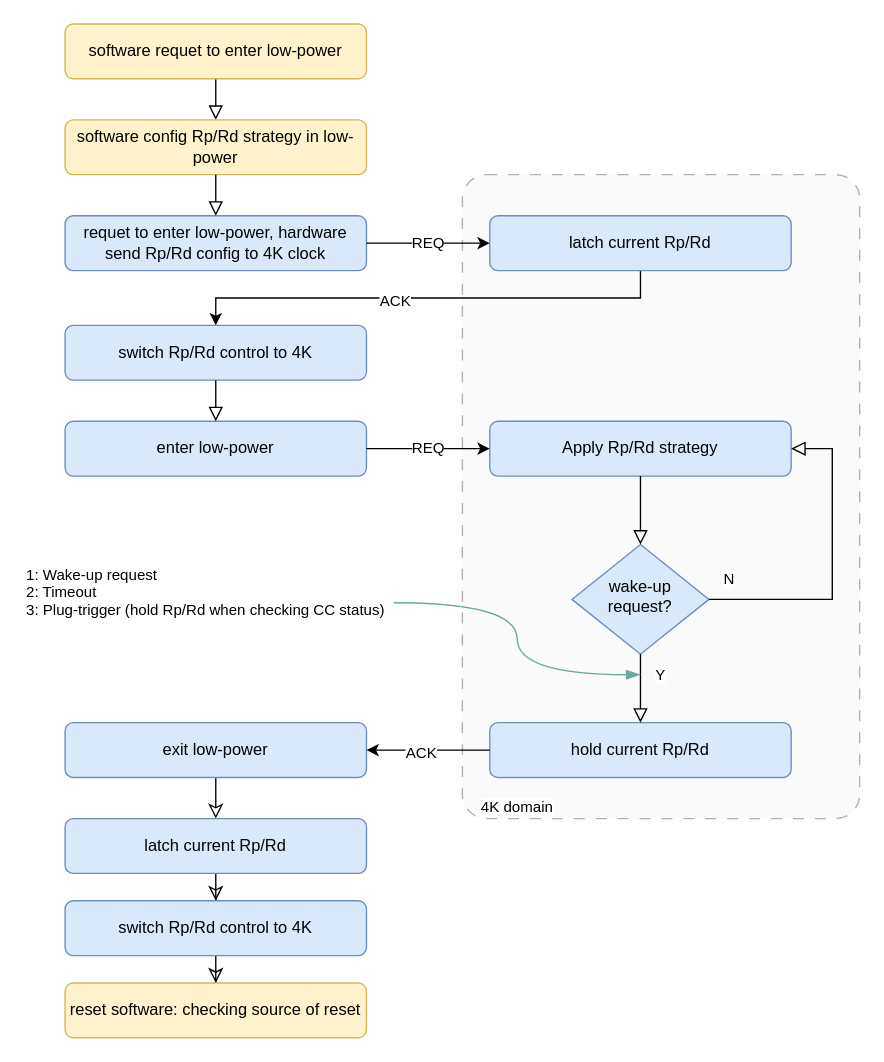
This is pd_rp_rd_lp.drawio from Xhopo/test, a draw.io file, before an edit. Source tidied: cells renumbered, new cells numbered last; positions are measured from the earlier drawing's top-left corner, leaving out a move shared by most shapes. Both pictures are drawn from the tidied source at 137%, with x=0, y=0 at pixel (23, 23).
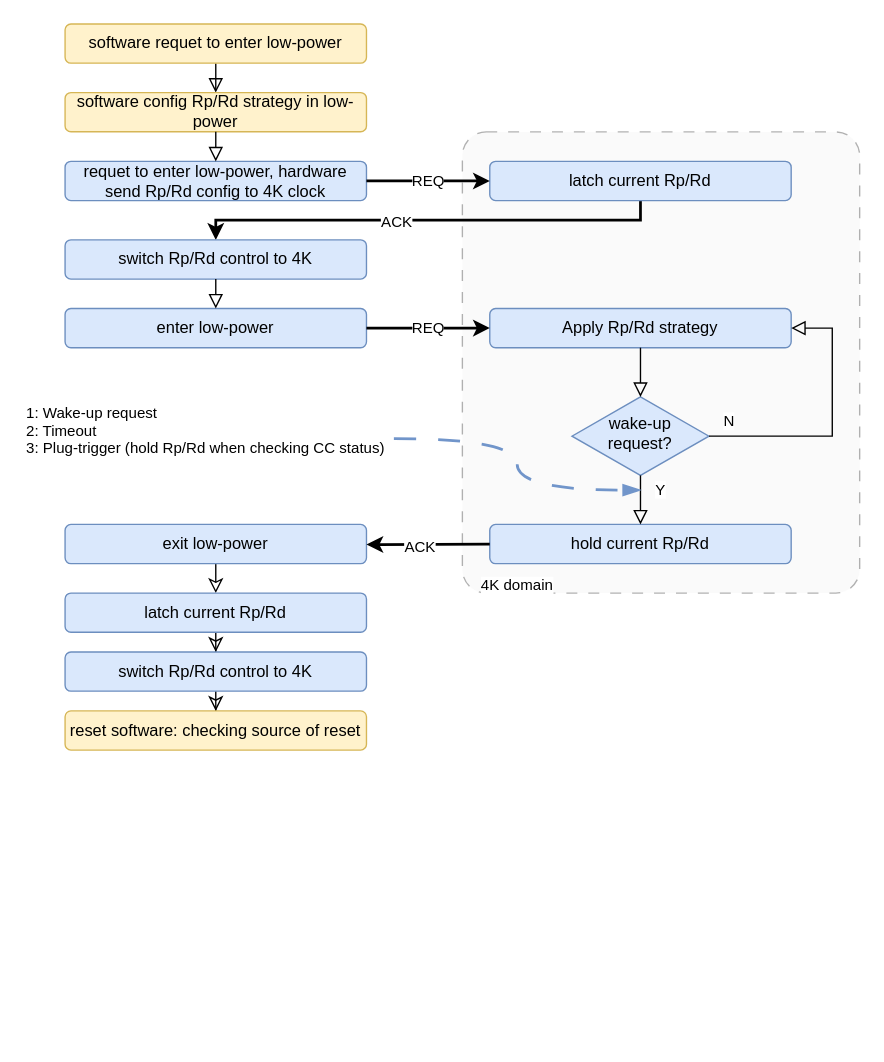
After the change.

The edit, as a diff of the source:
```diff
@@
     <mxCell id="2" style="rounded=1;whiteSpace=wrap;html=1;fontFamily=Helvetica;fontSize=11;labelBackgroundColor=default;arcSize=6;dashed=1;dashPattern=8 8;fillColor=#f5f5f5;strokeColor=#666666;fontColor=#333333;opacity=50;" parent="1" vertex="1">
-      <mxGeometry x="320" y="110" width="290" height="470" as="geometry" />
+      <mxGeometry x="320" y="78.8" width="290" height="336.6" as="geometry" />
     </mxCell>
@@
     <mxCell id="4" value="software&amp;nbsp;requet to enter low-power" style="rounded=1;whiteSpace=wrap;html=1;fontSize=12;glass=0;strokeWidth=1;shadow=0;fillColor=#fff2cc;strokeColor=#d6b656;" parent="1" vertex="1">
-      <mxGeometry x="30" width="220" height="40" as="geometry" />
+      <mxGeometry x="30" width="220" height="28.6" as="geometry" />
     </mxCell>
     <mxCell id="5" value="&lt;div&gt;software config Rp/Rd strategy in low-power&lt;/div&gt;" style="rounded=1;whiteSpace=wrap;html=1;fontSize=12;glass=0;strokeWidth=1;shadow=0;fillColor=#fff2cc;strokeColor=#d6b656;" parent="1" vertex="1">
-      <mxGeometry x="30" y="70" width="220" height="40" as="geometry" />
+      <mxGeometry x="30" y="50.1" width="220" height="28.6" as="geometry" />
     </mxCell>
     <mxCell id="6" value="&lt;div&gt;requet to enter low-power, hardware&lt;/div&gt;&lt;div&gt;send Rp/Rd config to 4K clock&lt;/div&gt;" style="rounded=1;whiteSpace=wrap;html=1;fontSize=12;glass=0;strokeWidth=1;shadow=0;fillColor=#dae8fc;strokeColor=#6c8ebf;" parent="1" vertex="1">
-      <mxGeometry x="30" y="140" width="220" height="40" as="geometry" />
+      <mxGeometry x="30" y="100.3" width="220" height="28.6" as="geometry" />
     </mxCell>
@@
-    <mxCell id="8" style="edgeStyle=elbowEdgeStyle;rounded=0;jettySize=auto;html=1;exitX=0.5;exitY=1;exitDx=0;exitDy=0;entryX=0.5;entryY=0;entryDx=0;entryDy=0;elbow=vertical;" parent="1" edge="1" source="10" target="11">
+    <mxCell id="8" style="edgeStyle=elbowEdgeStyle;rounded=0;jettySize=auto;html=1;exitX=0.5;exitY=1;exitDx=0;exitDy=0;entryX=0.5;entryY=0;entryDx=0;entryDy=0;elbow=vertical;strokeWidth=2;" parent="1" edge="1" source="10" target="11">
       <mxGeometry relative="1" as="geometry">
         <Array as="points">
-          <mxPoint x="300" y="200" />
+          <mxPoint x="300" y="143.2" />
         </Array>
       </mxGeometry>
     </mxCell>
@@
     <mxCell id="10" value="&lt;div&gt;latch current Rp/Rd&lt;/div&gt;" style="rounded=1;whiteSpace=wrap;html=1;fontSize=12;glass=0;strokeWidth=1;shadow=0;fillColor=#dae8fc;strokeColor=#6c8ebf;" parent="1" vertex="1">
-      <mxGeometry x="340" y="140" width="220" height="40" as="geometry" />
+      <mxGeometry x="340" y="100.3" width="220" height="28.6" as="geometry" />
     </mxCell>
     <mxCell id="11" value="&lt;div&gt;switch Rp/Rd control to 4K&lt;/div&gt;" style="rounded=1;whiteSpace=wrap;html=1;fontSize=12;glass=0;strokeWidth=1;shadow=0;fillColor=#dae8fc;strokeColor=#6c8ebf;" parent="1" vertex="1">
-      <mxGeometry x="30" y="220" width="220" height="40" as="geometry" />
+      <mxGeometry x="30" y="157.6" width="220" height="28.6" as="geometry" />
     </mxCell>
     <mxCell id="12" value="&lt;div&gt;enter low-power&lt;/div&gt;" style="rounded=1;whiteSpace=wrap;html=1;fontSize=12;glass=0;strokeWidth=1;shadow=0;fillColor=#dae8fc;strokeColor=#6c8ebf;" parent="1" vertex="1">
-      <mxGeometry x="30" y="290" width="220" height="40" as="geometry" />
+      <mxGeometry x="30" y="207.7" width="220" height="28.6" as="geometry" />
     </mxCell>
@@
-    <mxCell id="14" value="REQ" style="edgeStyle=elbowEdgeStyle;rounded=0;jettySize=auto;html=1;exitX=1;exitY=0.5;exitDx=0;exitDy=0;entryX=0;entryY=0.5;entryDx=0;entryDy=0;" parent="1" edge="1" source="6" target="10">
+    <mxCell id="14" value="REQ" style="edgeStyle=elbowEdgeStyle;rounded=0;jettySize=auto;html=1;exitX=1;exitY=0.5;exitDx=0;exitDy=0;entryX=0;entryY=0.5;entryDx=0;entryDy=0;strokeWidth=2;" parent="1" edge="1" source="6" target="10">
       <mxGeometry relative="1" as="geometry" />
     </mxCell>
     <mxCell id="15" value="&lt;div&gt;Apply Rp/Rd strategy&lt;/div&gt;" style="rounded=1;whiteSpace=wrap;html=1;fontSize=12;glass=0;strokeWidth=1;shadow=0;fillColor=#dae8fc;strokeColor=#6c8ebf;" parent="1" vertex="1">
-      <mxGeometry x="340" y="290" width="220" height="40" as="geometry" />
+      <mxGeometry x="340" y="207.7" width="220" height="28.6" as="geometry" />
     </mxCell>
     <mxCell id="16" value="wake-up request?" style="rhombus;whiteSpace=wrap;html=1;shadow=0;fontFamily=Helvetica;fontSize=12;align=center;strokeWidth=1;spacing=6;spacingTop=-4;fillColor=#dae8fc;strokeColor=#6c8ebf;" parent="1" vertex="1">
-      <mxGeometry x="400" y="380" width="100" height="80" as="geometry" />
+      <mxGeometry x="400" y="272.2" width="100" height="57.3" as="geometry" />
     </mxCell>
@@
     <mxCell id="18" style="rounded=0;html=1;jettySize=auto;fontSize=11;endArrow=block;endFill=0;endSize=8;strokeWidth=1;shadow=0;labelBackgroundColor=none;edgeStyle=orthogonalEdgeStyle;entryX=1;entryY=0.5;entryDx=0;entryDy=0;exitX=1;exitY=0.5;exitDx=0;exitDy=0;" parent="1" edge="1" source="16" target="15">
       <mxGeometry relative="1" as="geometry">
         <Array as="points">
-          <mxPoint x="590" y="420" />
-          <mxPoint x="590" y="310" />
+          <mxPoint x="590" y="300.8" />
+          <mxPoint x="590" y="222" />
         </Array>
       </mxGeometry>
     </mxCell>
     <mxCell id="19" value="N" style="text;html=1;align=center;verticalAlign=middle;whiteSpace=wrap;rounded=0;fontFamily=Helvetica;fontSize=11;fontColor=default;labelBackgroundColor=default;" parent="1" vertex="1">
-      <mxGeometry x="500" y="390" width="30" height="30" as="geometry" />
+      <mxGeometry x="500" y="279.3" width="30" height="21.5" as="geometry" />
     </mxCell>
     <mxCell id="20" value="Y" style="text;html=1;align=center;verticalAlign=middle;whiteSpace=wrap;rounded=0;fontFamily=Helvetica;fontSize=11;fontColor=default;labelBackgroundColor=default;" parent="1" vertex="1">
-      <mxGeometry x="450" y="460" width="30" height="30" as="geometry" />
+      <mxGeometry x="450" y="329.5" width="30" height="21.5" as="geometry" />
     </mxCell>
     <mxCell id="21" value="hold current Rp/Rd" style="rounded=1;whiteSpace=wrap;html=1;fontSize=12;glass=0;strokeWidth=1;shadow=0;fillColor=#dae8fc;strokeColor=#6c8ebf;" parent="1" vertex="1">
-      <mxGeometry x="340" y="510" width="220" height="40" as="geometry" />
+      <mxGeometry x="340" y="365.3" width="220" height="28.6" as="geometry" />
     </mxCell>
@@
-    <mxCell id="23" style="edgeStyle=orthogonalEdgeStyle;shape=connector;rounded=0;jettySize=auto;html=1;exitX=1;exitY=0.75;exitDx=0;exitDy=0;entryX=0;entryY=0.5;entryDx=0;entryDy=0;shadow=0;strokeColor=#67AB9F;strokeWidth=1;align=center;verticalAlign=middle;fontFamily=Helvetica;fontSize=11;fontColor=default;labelBackgroundColor=default;endArrow=blockThin;endFill=1;endSize=8;curved=1;" parent="1" edge="1" source="24" target="20">
+    <mxCell id="23" style="edgeStyle=orthogonalEdgeStyle;shape=connector;rounded=0;jettySize=auto;html=1;exitX=1;exitY=0.75;exitDx=0;exitDy=0;entryX=0;entryY=0.5;entryDx=0;entryDy=0;shadow=0;strokeColor=#7195CA;strokeWidth=2;align=center;verticalAlign=middle;fontFamily=Helvetica;fontSize=11;fontColor=default;labelBackgroundColor=default;endArrow=blockThin;endFill=1;endSize=8;curved=1;dashed=1;dashPattern=8 8;" parent="1" edge="1" source="24" target="20">
       <mxGeometry relative="1" as="geometry" />
     </mxCell>
     <mxCell id="24" value="1: Wake-up request&lt;div&gt;2: Timeout&lt;/div&gt;&lt;div&gt;3: Plug-trigger (hold Rp/Rd when checking CC status)&lt;/div&gt;" style="text;html=1;align=left;verticalAlign=middle;whiteSpace=wrap;rounded=0;fontFamily=Helvetica;fontSize=11;fontColor=default;labelBackgroundColor=default;" parent="1" vertex="1">
-      <mxGeometry y="400" width="270" height="30" as="geometry" />
+      <mxGeometry y="286.5" width="270" height="21.5" as="geometry" />
     </mxCell>
@@
     <mxCell id="26" value="&lt;div&gt;exit low-power&lt;/div&gt;" style="rounded=1;whiteSpace=wrap;html=1;fontSize=12;glass=0;strokeWidth=1;shadow=0;fillColor=#dae8fc;strokeColor=#6c8ebf;" parent="1" vertex="1">
-      <mxGeometry x="30" y="510" width="220" height="40" as="geometry" />
+      <mxGeometry x="30" y="365.3" width="220" height="28.6" as="geometry" />
     </mxCell>
-    <mxCell id="27" value="REQ" style="edgeStyle=elbowEdgeStyle;rounded=0;jettySize=auto;html=1;exitX=1;exitY=0.5;exitDx=0;exitDy=0;entryX=0;entryY=0.5;entryDx=0;entryDy=0;" parent="1" edge="1" source="12" target="15">
+    <mxCell id="27" value="REQ" style="edgeStyle=elbowEdgeStyle;rounded=0;jettySize=auto;html=1;exitX=1;exitY=0.5;exitDx=0;exitDy=0;entryX=0;entryY=0.5;entryDx=0;entryDy=0;strokeWidth=2;" parent="1" edge="1" source="12" target="15">
       <mxGeometry relative="1" as="geometry" />
     </mxCell>
-    <mxCell id="28" style="edgeStyle=elbowEdgeStyle;rounded=0;jettySize=auto;html=1;exitX=0;exitY=0.5;exitDx=0;exitDy=0;entryX=1;entryY=0.5;entryDx=0;entryDy=0;elbow=vertical;" parent="1" edge="1" source="21" target="26">
+    <mxCell id="28" style="edgeStyle=elbowEdgeStyle;rounded=0;jettySize=auto;html=1;exitX=0;exitY=0.5;exitDx=0;exitDy=0;entryX=1;entryY=0.5;entryDx=0;entryDy=0;elbow=vertical;strokeWidth=2;" parent="1" edge="1" source="21" target="26">
       <mxGeometry relative="1" as="geometry" />
     </mxCell>
@@
     <mxCell id="31" value="latch current Rp/Rd" style="rounded=1;whiteSpace=wrap;html=1;fontSize=12;glass=0;strokeWidth=1;shadow=0;fillColor=#dae8fc;strokeColor=#6c8ebf;" parent="1" vertex="1">
-      <mxGeometry x="30" y="580" width="220" height="40" as="geometry" />
+      <mxGeometry x="30" y="415.4" width="220" height="28.6" as="geometry" />
     </mxCell>
@@
     <mxCell id="33" value="&lt;div&gt;switch Rp/Rd control to 4K&lt;/div&gt;" style="rounded=1;whiteSpace=wrap;html=1;fontSize=12;glass=0;strokeWidth=1;shadow=0;fillColor=#dae8fc;strokeColor=#6c8ebf;" parent="1" vertex="1">
-      <mxGeometry x="30" y="640" width="220" height="40" as="geometry" />
+      <mxGeometry x="30" y="458.4" width="220" height="28.6" as="geometry" />
     </mxCell>
     <mxCell id="34" value="&lt;div&gt;reset software: checking source of reset&lt;/div&gt;" style="rounded=1;whiteSpace=wrap;html=1;fontSize=12;glass=0;strokeWidth=1;shadow=0;fillColor=#fff2cc;strokeColor=#d6b656;" parent="1" vertex="1">
-      <mxGeometry x="30" y="700" width="220" height="40" as="geometry" />
+      <mxGeometry x="30" y="501.4" width="220" height="28.6" as="geometry" />
     </mxCell>
     <mxCell id="35" value="4K domain" style="text;html=1;align=left;verticalAlign=middle;whiteSpace=wrap;rounded=0;fontFamily=Helvetica;fontSize=11;fontColor=default;labelBackgroundColor=default;" parent="1" vertex="1">
-      <mxGeometry x="332" y="562" width="80" height="20" as="geometry" />
+      <mxGeometry x="332" y="402.5" width="80" height="14.3" as="geometry" />
     </mxCell>
```
